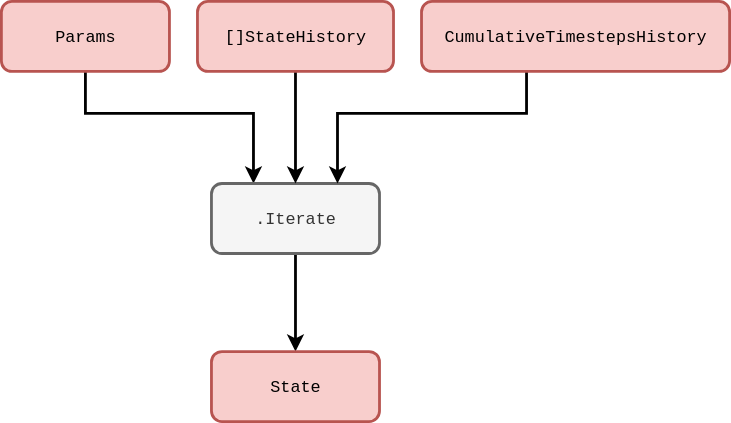
The draw.io diagram assets/diagramming_the_stochadex_project/fundamental-loop-code.svg in umbralcalc/umbralcalc.github.io, before a commit. Source tidied: cells renumbered, new cells last; positions are measured from the earlier drawing's top-left corner, leaving out a move shared by most shapes.
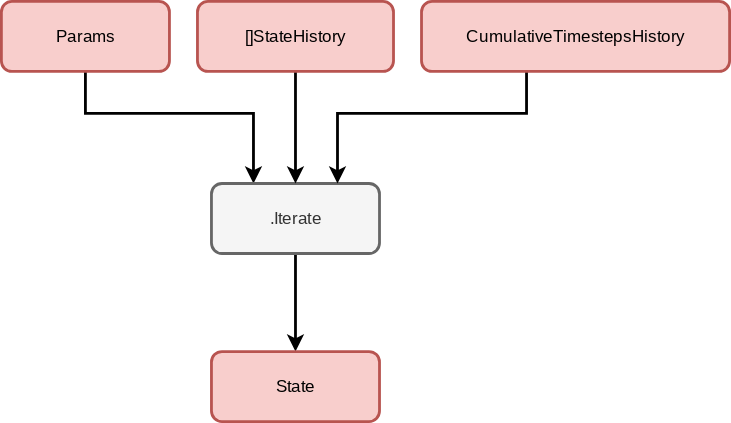
After the commit.

Diff of the diagram source:
```diff
@@ -2,7 +2,7 @@
   <root>
     <mxCell id="0" />
     <mxCell id="1" parent="0" />
-    <mxCell id="2" style="edgeStyle=orthogonalEdgeStyle;rounded=0;jettySize=auto;html=1;entryX=0.25;entryY=0;entryDx=0;entryDy=0;strokeWidth=2;" parent="1" edge="1" source="3" target="5">
+    <mxCell id="2" style="edgeStyle=orthogonalEdgeStyle;rounded=0;jettySize=auto;html=1;entryX=0.25;entryY=0;entryDx=0;entryDy=0;strokeWidth=2;fontFamily=Courier Prime;fontSource=https%3A%2F%2Ffonts.googleapis.com%2Fcss2%3Ffamily%3DCourier%2BPrime%3Aital%2Cwght%400%2C400%3B0%2C700%3B1%2C400%3B1%2C700%26family%3DShadows%2BInto%2BLight%26display%3Dswap;" parent="1" edge="1" source="3" target="5">
       <mxGeometry relative="1" as="geometry">
         <Array as="points">
           <mxPoint x="60" y="80" />
@@ -10,22 +10,22 @@
         </Array>
       </mxGeometry>
     </mxCell>
-    <mxCell id="3" value="&lt;font face=&quot;Courier New&quot;&gt;Params&lt;/font&gt;" style="rounded=1;whiteSpace=wrap;html=1;strokeWidth=2;fillColor=#f8cecc;strokeColor=#b85450;" parent="1" vertex="1">
+    <mxCell id="3" value="&lt;font&gt;Params&lt;/font&gt;" style="rounded=1;whiteSpace=wrap;html=1;strokeWidth=2;fillColor=#f8cecc;strokeColor=#b85450;fontFamily=Courier Prime;fontSource=https%3A%2F%2Ffonts.googleapis.com%2Fcss2%3Ffamily%3DCourier%2BPrime%3Aital%2Cwght%400%2C400%3B0%2C700%3B1%2C400%3B1%2C700%26family%3DShadows%2BInto%2BLight%26display%3Dswap;" parent="1" vertex="1">
       <mxGeometry width="120" height="50" as="geometry" />
     </mxCell>
-    <mxCell id="4" style="edgeStyle=orthogonalEdgeStyle;rounded=0;jettySize=auto;html=1;strokeWidth=2;" parent="1" edge="1" source="5" target="10">
+    <mxCell id="4" style="edgeStyle=orthogonalEdgeStyle;rounded=0;jettySize=auto;html=1;strokeWidth=2;fontFamily=Courier Prime;fontSource=https%3A%2F%2Ffonts.googleapis.com%2Fcss2%3Ffamily%3DCourier%2BPrime%3Aital%2Cwght%400%2C400%3B0%2C700%3B1%2C400%3B1%2C700%26family%3DShadows%2BInto%2BLight%26display%3Dswap;" parent="1" edge="1" source="5" target="10">
       <mxGeometry relative="1" as="geometry" />
     </mxCell>
-    <mxCell id="5" value="&lt;font face=&quot;Courier New&quot;&gt;.Iterate&lt;/font&gt;" style="rounded=1;whiteSpace=wrap;html=1;strokeWidth=2;fillColor=#f5f5f5;fontColor=#333333;strokeColor=#666666;" parent="1" vertex="1">
+    <mxCell id="5" value="&lt;font&gt;.Iterate&lt;/font&gt;" style="rounded=1;whiteSpace=wrap;html=1;strokeWidth=2;fillColor=#f5f5f5;fontColor=#333333;strokeColor=#666666;fontFamily=Courier Prime;fontSource=https%3A%2F%2Ffonts.googleapis.com%2Fcss2%3Ffamily%3DCourier%2BPrime%3Aital%2Cwght%400%2C400%3B0%2C700%3B1%2C400%3B1%2C700%26family%3DShadows%2BInto%2BLight%26display%3Dswap;" parent="1" vertex="1">
       <mxGeometry x="150" y="130" width="120" height="50" as="geometry" />
     </mxCell>
-    <mxCell id="6" style="edgeStyle=orthogonalEdgeStyle;rounded=0;jettySize=auto;html=1;entryX=0.5;entryY=0;entryDx=0;entryDy=0;strokeWidth=2;" parent="1" edge="1" source="7" target="5">
+    <mxCell id="6" style="edgeStyle=orthogonalEdgeStyle;rounded=0;jettySize=auto;html=1;entryX=0.5;entryY=0;entryDx=0;entryDy=0;strokeWidth=2;fontFamily=Courier Prime;fontSource=https%3A%2F%2Ffonts.googleapis.com%2Fcss2%3Ffamily%3DCourier%2BPrime%3Aital%2Cwght%400%2C400%3B0%2C700%3B1%2C400%3B1%2C700%26family%3DShadows%2BInto%2BLight%26display%3Dswap;" parent="1" edge="1" source="7" target="5">
       <mxGeometry relative="1" as="geometry" />
     </mxCell>
-    <mxCell id="7" value="&lt;font face=&quot;Courier New&quot;&gt;[]StateHistory&lt;/font&gt;" style="rounded=1;whiteSpace=wrap;html=1;strokeWidth=2;fillColor=#f8cecc;strokeColor=#b85450;" parent="1" vertex="1">
+    <mxCell id="7" value="&lt;font&gt;[]StateHistory&lt;/font&gt;" style="rounded=1;whiteSpace=wrap;html=1;strokeWidth=2;fillColor=#f8cecc;strokeColor=#b85450;fontFamily=Courier Prime;fontSource=https%3A%2F%2Ffonts.googleapis.com%2Fcss2%3Ffamily%3DCourier%2BPrime%3Aital%2Cwght%400%2C400%3B0%2C700%3B1%2C400%3B1%2C700%26family%3DShadows%2BInto%2BLight%26display%3Dswap;" parent="1" vertex="1">
       <mxGeometry x="140" width="140" height="50" as="geometry" />
     </mxCell>
-    <mxCell id="8" style="edgeStyle=orthogonalEdgeStyle;rounded=0;jettySize=auto;html=1;entryX=0.75;entryY=0;entryDx=0;entryDy=0;strokeWidth=2;" parent="1" edge="1" source="9" target="5">
+    <mxCell id="8" style="edgeStyle=orthogonalEdgeStyle;rounded=0;jettySize=auto;html=1;entryX=0.75;entryY=0;entryDx=0;entryDy=0;strokeWidth=2;fontFamily=Courier Prime;fontSource=https%3A%2F%2Ffonts.googleapis.com%2Fcss2%3Ffamily%3DCourier%2BPrime%3Aital%2Cwght%400%2C400%3B0%2C700%3B1%2C400%3B1%2C700%26family%3DShadows%2BInto%2BLight%26display%3Dswap;" parent="1" edge="1" source="9" target="5">
       <mxGeometry relative="1" as="geometry">
         <Array as="points">
           <mxPoint x="375" y="80" />
@@ -33,10 +33,10 @@
         </Array>
       </mxGeometry>
     </mxCell>
-    <mxCell id="9" value="&lt;font face=&quot;Courier New&quot;&gt;CumulativeTimestepsHistory&lt;/font&gt;" style="rounded=1;whiteSpace=wrap;html=1;strokeWidth=2;fillColor=#f8cecc;strokeColor=#b85450;" parent="1" vertex="1">
+    <mxCell id="9" value="&lt;font&gt;CumulativeTimestepsHistory&lt;/font&gt;" style="rounded=1;whiteSpace=wrap;html=1;strokeWidth=2;fillColor=#f8cecc;strokeColor=#b85450;fontFamily=Courier Prime;fontSource=https%3A%2F%2Ffonts.googleapis.com%2Fcss2%3Ffamily%3DCourier%2BPrime%3Aital%2Cwght%400%2C400%3B0%2C700%3B1%2C400%3B1%2C700%26family%3DShadows%2BInto%2BLight%26display%3Dswap;" parent="1" vertex="1">
       <mxGeometry x="300" width="220" height="50" as="geometry" />
     </mxCell>
-    <mxCell id="10" value="&lt;font face=&quot;Courier New&quot;&gt;State&lt;/font&gt;" style="rounded=1;whiteSpace=wrap;html=1;strokeWidth=2;fillColor=#f8cecc;strokeColor=#b85450;" parent="1" vertex="1">
+    <mxCell id="10" value="&lt;font&gt;State&lt;/font&gt;" style="rounded=1;whiteSpace=wrap;html=1;strokeWidth=2;fillColor=#f8cecc;strokeColor=#b85450;fontFamily=Courier Prime;fontSource=https%3A%2F%2Ffonts.googleapis.com%2Fcss2%3Ffamily%3DCourier%2BPrime%3Aital%2Cwght%400%2C400%3B0%2C700%3B1%2C400%3B1%2C700%26family%3DShadows%2BInto%2BLight%26display%3Dswap;" parent="1" vertex="1">
       <mxGeometry x="150" y="250" width="120" height="50" as="geometry" />
     </mxCell>
   </root>
```
